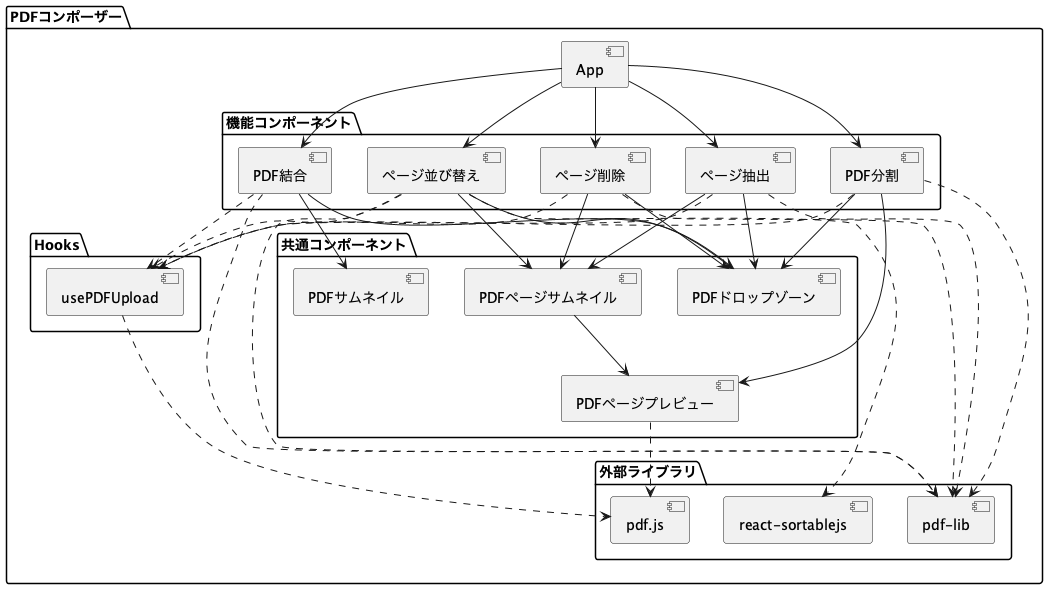
Earlier version of the PlantUML export materials/component_diagram.png (Simpwell/pdfcomposer).
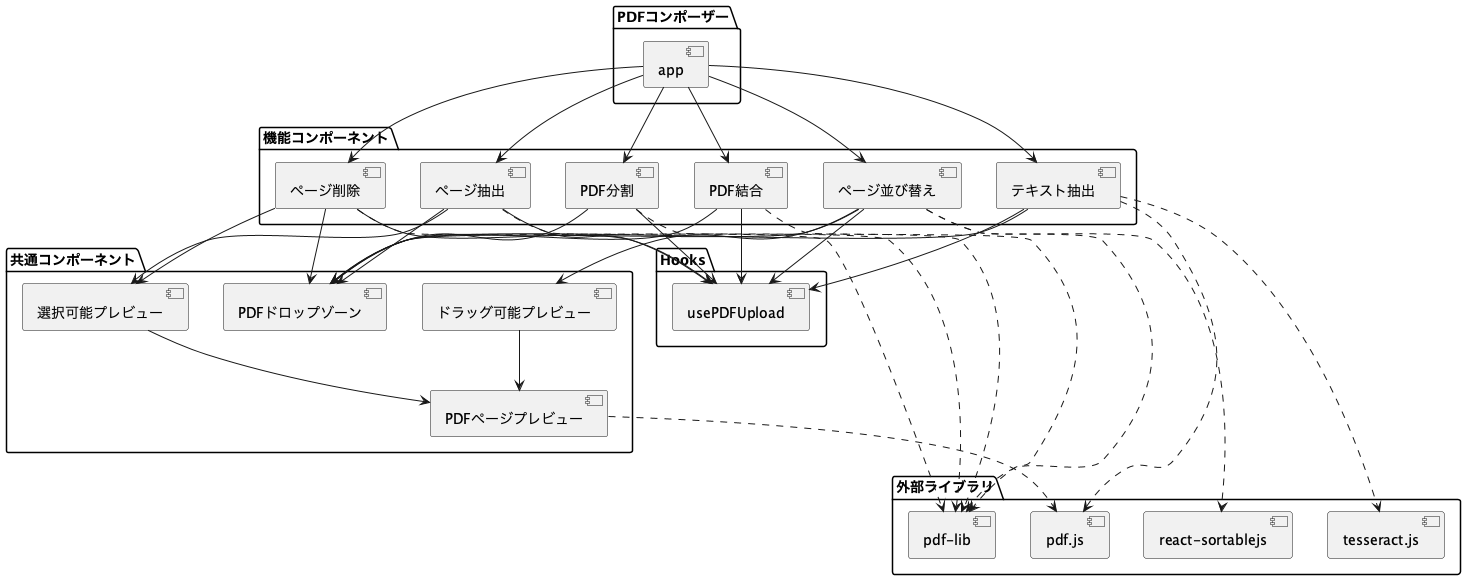
After the commit.

Commit message:
Update UML diagrams to reflect recent changes in text extraction implementation

Diff of the diagram source:
```diff
@@ -1,32 +1,34 @@
 @startuml
 
 package "PDFコンポーザー" {
-  [App] as app
+  [app]
+}
 
-  package "機能コンポーネント" {
-    [PDF結合] as merge
-    [ページ並び替え] as reorder
-    [ページ削除] as delete
-    [ページ抽出] as extract
-    [PDF分割] as split
-  }
+package "機能コンポーネント" {
+  [merge] as "PDF結合"
+  [reorder] as "ページ並び替え"
+  [delete] as "ページ削除"
+  [extract] as "ページ抽出"
+  [split] as "PDF分割"
+  [text] as "テキスト抽出"
+}
 
-  package "共通コンポーネント" {
-    [PDFドロップゾーン] as dropzone
-    [PDFページプレビュー] as preview
-    [PDFページサムネイル] as thumbnail
-    [PDFサムネイル] as pdfthumbnail
-  }
+package "共通コンポーネント" {
+  [dropzone] as "PDFドロップゾーン"
+  [preview] as "PDFページプレビュー"
+  [draggable] as "ドラッグ可能プレビュー"
+  [selectable] as "選択可能プレビュー"
+}
 
-  package "Hooks" {
-    [usePDFUpload] as upload
-  }
+package "Hooks" {
+  [pdfUpload] as "usePDFUpload"
+}
 
-  package "外部ライブラリ" {
-    [pdf-lib] as pdflib
-    [pdf.js] as pdfjs
-    [react-sortablejs] as sortable
-  }
+package "外部ライブラリ" {
+  [pdflib] as "pdf-lib"
+  [pdfjs] as "pdf.js"
+  [sortable] as "react-sortablejs"
+  [tesseract] as "tesseract.js"
 }
 
 app --> merge
@@ -34,36 +36,38 @@
 app --> delete
 app --> extract
 app --> split
+app --> text
 
 merge --> dropzone
-merge --> pdfthumbnail
-merge ..> upload
+reorder --> dropzone
+delete --> dropzone
+extract --> dropzone
+split --> dropzone
+text --> dropzone
+
+reorder --> draggable
+delete --> selectable
+extract --> selectable
+
+draggable --> preview
+selectable --> preview
+
+merge --> pdfUpload
+reorder --> pdfUpload
+delete --> pdfUpload
+extract --> pdfUpload
+split --> pdfUpload
+text --> pdfUpload
+
 merge ..> pdflib
+reorder ..> pdflib
+delete ..> pdflib
+extract ..> pdflib
+split ..> pdflib
+text ..> pdfjs
+text ..> tesseract
 
-reorder --> dropzone
-reorder --> thumbnail
-reorder ..> upload
-reorder ..> pdflib
+preview ..> pdfjs
 reorder ..> sortable
 
-delete --> dropzone
-delete --> thumbnail
-delete ..> upload
-delete ..> pdflib
-
-extract --> dropzone
-extract --> thumbnail
-extract ..> upload
-extract ..> pdflib
-
-split --> dropzone
-split --> preview
-split ..> upload
-split ..> pdflib
-
-thumbnail --> preview
-preview ..> pdfjs
-
-upload ..> pdfjs
-
 @enduml
```
